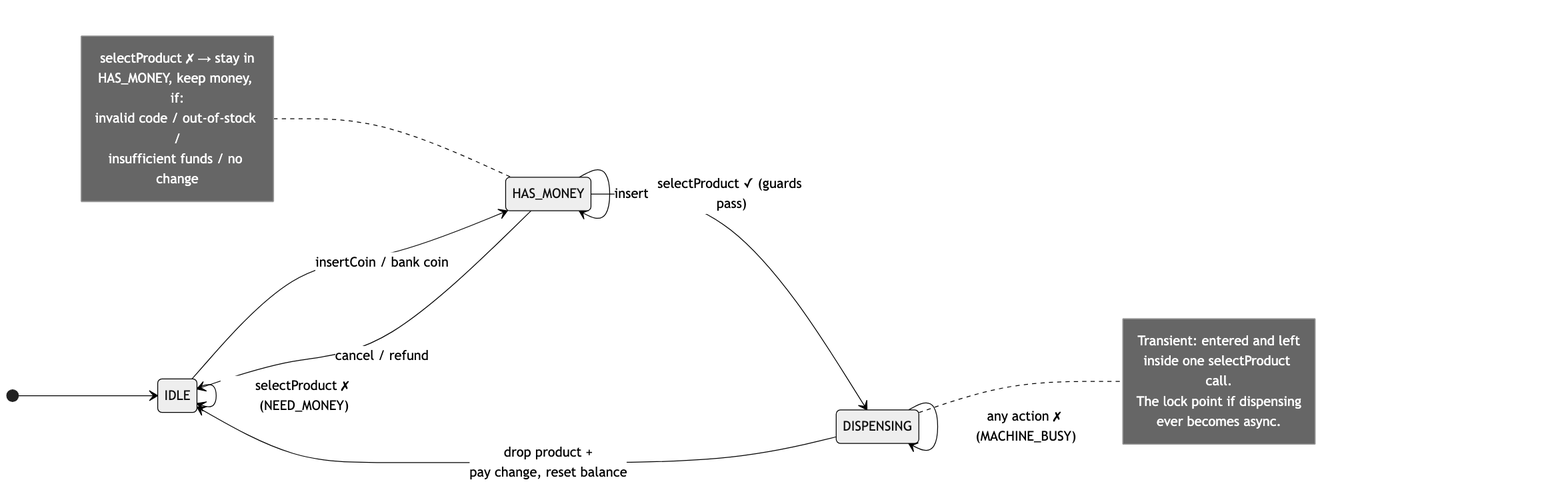
Above: src/MachineCoding_LLD/LLD_Interview_Problems/_02_Easy_VendingMachine/assets/state-diagram.png in AlvinBAnerjee/Interview_and_Competitive_Programming (Mermaid), before the change. Its source is kept beside it as src/MachineCoding_LLD/LLD_Interview_Problems/_02_Easy_VendingMachine/assets/state-diagram.mmd. Source of this version:
```mermaid
%%{init: {'theme':'neutral', 'themeVariables': {'fontSize':'16px'}}}%%
stateDiagram-v2
    direction LR
    [*] --> IDLE

    IDLE --> HAS_MONEY : insertCoin / bank coin
    IDLE --> IDLE : selectProduct ✗ (NEED_MONEY)

    HAS_MONEY --> HAS_MONEY : insertCoin / add money
    HAS_MONEY --> IDLE : cancel / refund
    HAS_MONEY --> DISPENSING : selectProduct ✓ (guards pass)

    DISPENSING --> IDLE : drop product +<br/>pay change, reset balance
    DISPENSING --> DISPENSING : any action ✗ (MACHINE_BUSY)

    note left of HAS_MONEY
        selectProduct ✗ → stay in
        HAS_MONEY, keep money, if:
        invalid code / out-of-stock /
        insufficient funds / no change
    end note

    note right of DISPENSING
        Transient: entered and left
        inside one selectProduct call.
        The lock point if dispensing
        ever becomes async.
    end note
```
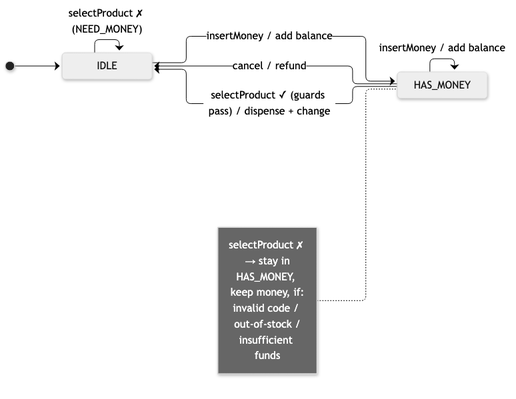
After the commit.

Diff of the diagram source:
```diff
@@ -3,26 +3,16 @@
     direction LR
     [*] --> IDLE
 
-    IDLE --> HAS_MONEY : insertCoin / bank coin
+    IDLE --> HAS_MONEY : insertMoney / add balance
     IDLE --> IDLE : selectProduct ✗ (NEED_MONEY)
 
-    HAS_MONEY --> HAS_MONEY : insertCoin / add money
+    HAS_MONEY --> HAS_MONEY : insertMoney / add balance
     HAS_MONEY --> IDLE : cancel / refund
-    HAS_MONEY --> DISPENSING : selectProduct ✓ (guards pass)
-
-    DISPENSING --> IDLE : drop product +<br/>pay change, reset balance
-    DISPENSING --> DISPENSING : any action ✗ (MACHINE_BUSY)
+    HAS_MONEY --> IDLE : selectProduct ✓ (guards pass) / dispense + change
 
     note left of HAS_MONEY
         selectProduct ✗ → stay in
         HAS_MONEY, keep money, if:
         invalid code / out-of-stock /
-        insufficient funds / no change
+        insufficient funds
     end note
-
-    note right of DISPENSING
-        Transient: entered and left
-        inside one selectProduct call.
-        The lock point if dispensing
-        ever becomes async.
-    end note
```
